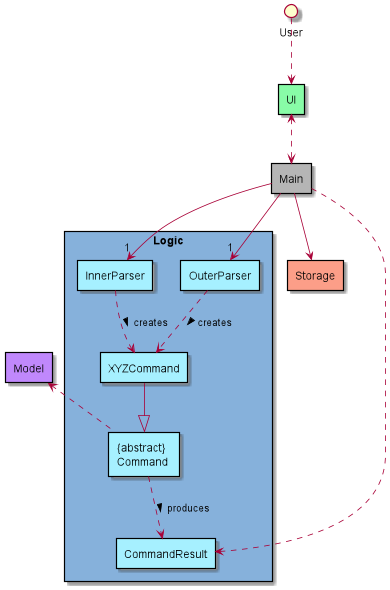
Before: docs/assets/logicArchitectureDiagram.png, a diagram exported from PlantUML (xkisxk/tp). Its diagram source:
```plantuml
@startuml
!define logicCOLOUR #a6f0ff
!define boxCOLOUR #86b1db
!define uiCOLOUR #88fca7
!define storageCOLOUR #fc9e88
!define modelCOLOUR #c088fc
!define mainCOLOUR #b5b5b5




rectangle Main as Main mainCOLOUR
rectangle logic  as "Logic" boxCOLOUR{


rectangle InnerParser as iParser logicCOLOUR
rectangle OuterParser as oParser logicCOLOUR
rectangle CommandResult as CommandResult logicCOLOUR
rectangle "{abstract}\nCommand " as Command logicCOLOUR

rectangle XYZCommand as XYZCommand logicCOLOUR
}
 model <-[dashed]- Command
User -[dashed]-> UI
Main --> "1"iParser
Main --> "1"oParser
iParser -[dashed]->XYZCommand: > creates
oParser -[dashed]->XYZCommand: > creates
XYZCommand --|> Command


Command -[dashed]->CommandResult: > produces
Main -[dashed]->CommandResult
Main --> storage

UI <-[dashed]-> Main

rectangle storage as "Storage" storageCOLOUR {

}

rectangle model as "Model" modelCOLOUR {

}

rectangle UI as "UI" uiCOLOUR {

}






@enduml
```
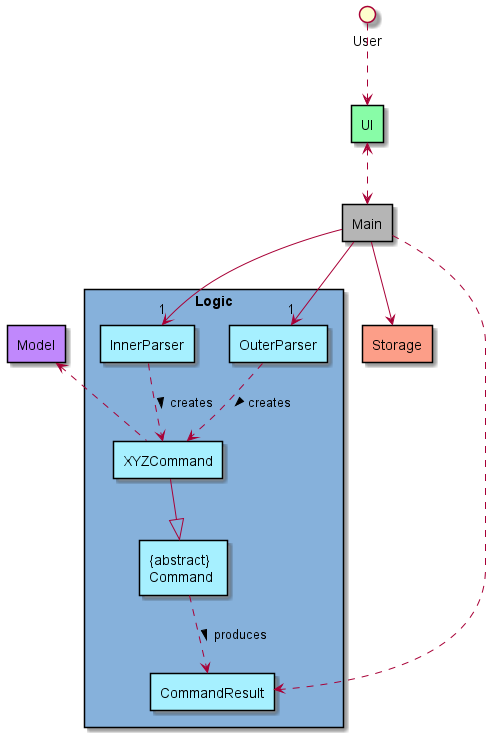
Later version of the same file.

Commit message:
create architecture diagram for model

Diff of the diagram source:
```diff
@@ -20,7 +20,7 @@
 
 rectangle XYZCommand as XYZCommand logicCOLOUR
 }
- model <-[dashed]- Command
+ model <-[dashed]- XYZCommand
 User -[dashed]-> UI
 Main --> "1"iParser
 Main --> "1"oParser
```
